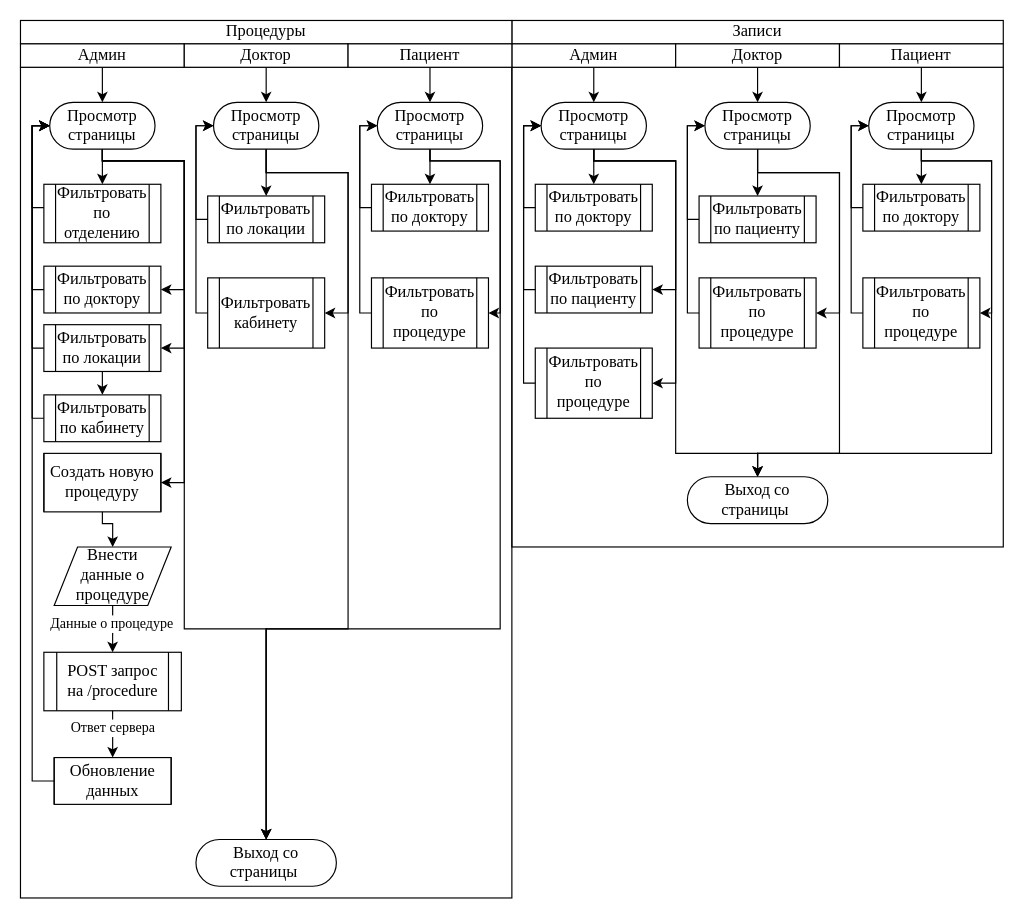
This is procedures and patients.drawio from arturyumaev/Bachelor-Diploma-Docs, a draw.io file, before an edit. Source tidied: cells renumbered, new cells numbered last; positions are measured from the earlier drawing's top-left corner, leaving out a move shared by most shapes. Both pictures are drawn from the tidied source at 117%, with x=0, y=0 at pixel (20, 20).
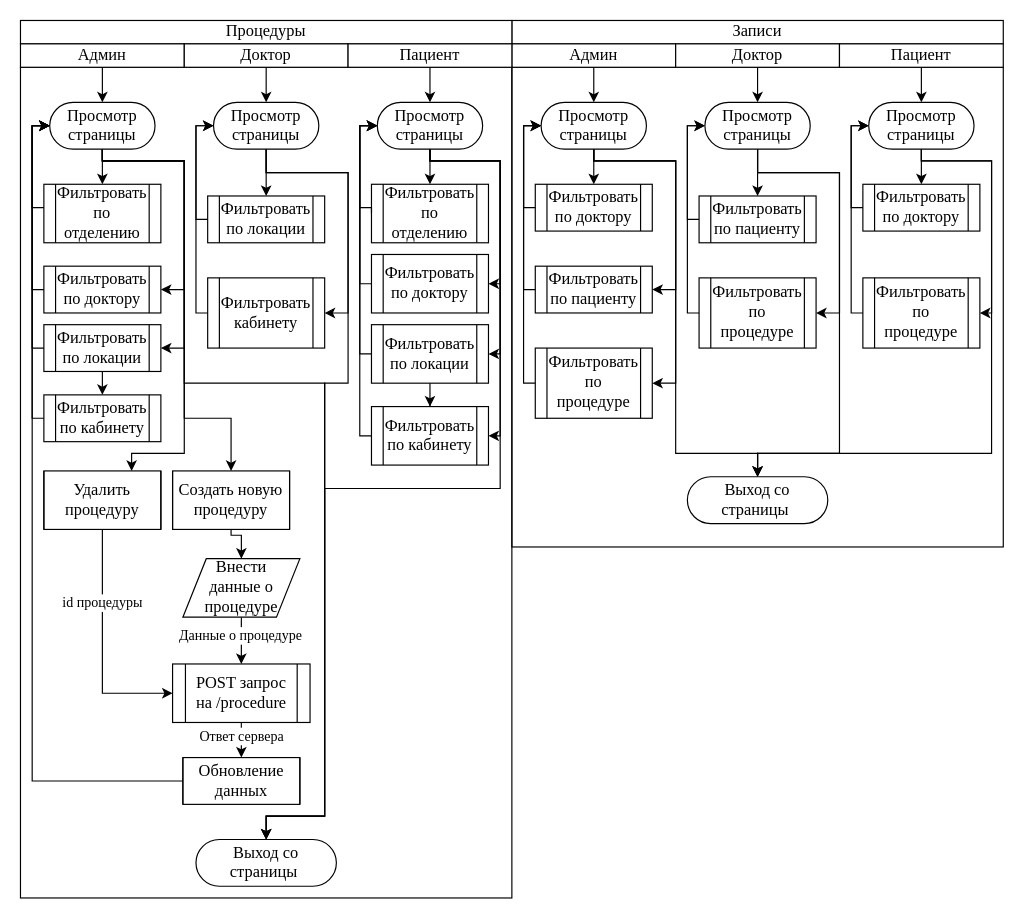
The same page after the edit.

The change refers to these unchanged cells:
```xml
<mxCell id="53" value="&lt;font style=&quot;font-size: 14px&quot; face=&quot;Times New Roman&quot;&gt;Просмотр страницы&lt;/font&gt;" style="rounded=1;whiteSpace=wrap;html=1;fillColor=none;arcSize=50;" parent="1" vertex="1">
  <mxGeometry x="25" y="70" width="90" height="40" as="geometry" />
</mxCell>
<mxCell id="54" value="&lt;font style=&quot;font-size: 14px&quot; face=&quot;Times New Roman&quot;&gt;Выход со страницы&amp;nbsp;&lt;/font&gt;" style="rounded=1;whiteSpace=wrap;html=1;fillColor=none;arcSize=50;" parent="1" vertex="1">
  <mxGeometry x="150" y="700" width="120" height="40" as="geometry" />
</mxCell>
<mxCell id="60" value="&lt;font style=&quot;font-size: 14px&quot; face=&quot;Times New Roman&quot;&gt;Просмотр страницы&lt;/font&gt;" style="rounded=1;whiteSpace=wrap;html=1;fillColor=none;arcSize=50;" parent="1" vertex="1">
  <mxGeometry x="165" y="70" width="90" height="40" as="geometry" />
</mxCell>
<mxCell id="64" value="&lt;font style=&quot;font-size: 14px&quot; face=&quot;Times New Roman&quot;&gt;Просмотр страницы&lt;/font&gt;" style="rounded=1;whiteSpace=wrap;html=1;fillColor=none;arcSize=50;" parent="1" vertex="1">
  <mxGeometry x="305" y="70" width="90" height="40" as="geometry" />
</mxCell>
```

What changed in the source:
```diff
@@
     <mxCell id="51" style="edgeStyle=orthogonalEdgeStyle;rounded=0;jettySize=auto;html=1;exitX=0.5;exitY=1;exitDx=0;exitDy=0;entryX=0.5;entryY=0;entryDx=0;entryDy=0;endArrow=classic;endFill=1;" parent="1" edge="1" source="53" target="54">
       <mxGeometry relative="1" as="geometry">
         <Array as="points">
           <mxPoint x="70" y="120" />
           <mxPoint x="140" y="120" />
-          <mxPoint x="140" y="520" />
-          <mxPoint x="210" y="520" />
+          <mxPoint x="140" y="310" />
+          <mxPoint x="260" y="310" />
+          <mxPoint x="260" y="680" />
+          <mxPoint x="210" y="680" />
         </Array>
       </mxGeometry>
     </mxCell>
-    <mxCell id="52" style="edgeStyle=orthogonalEdgeStyle;rounded=0;jettySize=auto;html=1;entryX=1;entryY=0.5;entryDx=0;entryDy=0;" parent="1" edge="1" source="53" target="81">
+    <mxCell id="52" style="edgeStyle=orthogonalEdgeStyle;rounded=0;jettySize=auto;html=1;entryX=0.5;entryY=0;entryDx=0;entryDy=0;" parent="1" edge="1" source="53" target="81">
       <mxGeometry relative="1" as="geometry">
         <Array as="points">
           <mxPoint x="70" y="120" />
           <mxPoint x="140" y="120" />
-          <mxPoint x="140" y="395" />
+          <mxPoint x="140" y="340" />
+          <mxPoint x="180" y="340" />
         </Array>
       </mxGeometry>
     </mxCell>
+    <mxCell id="90" style="edgeStyle=orthogonalEdgeStyle;rounded=0;jettySize=auto;html=1;exitX=0.5;exitY=1;exitDx=0;exitDy=0;entryX=0.75;entryY=0;entryDx=0;entryDy=0;" parent="1" edge="1" source="53" target="100">
+      <mxGeometry relative="1" as="geometry">
+        <Array as="points">
+          <mxPoint x="70" y="120" />
+          <mxPoint x="140" y="120" />
+          <mxPoint x="140" y="370" />
+          <mxPoint x="95" y="370" />
+        </Array>
+      </mxGeometry>
+    </mxCell>
@@
     <mxCell id="59" style="edgeStyle=orthogonalEdgeStyle;rounded=0;jettySize=auto;html=1;exitX=0.5;exitY=1;exitDx=0;exitDy=0;entryX=0.5;entryY=0;entryDx=0;entryDy=0;endArrow=classic;endFill=1;" parent="1" edge="1" source="60" target="54">
       <mxGeometry relative="1" as="geometry">
         <Array as="points">
           <mxPoint x="210" y="130" />
           <mxPoint x="280" y="130" />
-          <mxPoint x="280" y="520" />
-          <mxPoint x="210" y="520" />
+          <mxPoint x="280" y="310" />
+          <mxPoint x="260" y="310" />
+          <mxPoint x="260" y="680" />
+          <mxPoint x="210" y="680" />
         </Array>
       </mxGeometry>
     </mxCell>
@@
     <mxCell id="62" style="edgeStyle=orthogonalEdgeStyle;rounded=0;jettySize=auto;html=1;exitX=0.5;exitY=1;exitDx=0;exitDy=0;entryX=1;entryY=0.5;entryDx=0;entryDy=0;endArrow=classic;endFill=1;" parent="1" edge="1" source="64" target="77">
       <mxGeometry relative="1" as="geometry">
         <Array as="points">
           <mxPoint x="350" y="120" />
           <mxPoint x="410" y="120" />
-          <mxPoint x="410" y="250" />
+          <mxPoint x="410" y="225" />
         </Array>
       </mxGeometry>
     </mxCell>
     <mxCell id="63" style="edgeStyle=orthogonalEdgeStyle;rounded=0;jettySize=auto;html=1;exitX=0.5;exitY=1;exitDx=0;exitDy=0;entryX=0.5;entryY=0;entryDx=0;entryDy=0;endArrow=classic;endFill=1;" parent="1" edge="1" source="64" target="54">
       <mxGeometry relative="1" as="geometry">
         <Array as="points">
           <mxPoint x="350" y="120" />
           <mxPoint x="410" y="120" />
-          <mxPoint x="410" y="520" />
-          <mxPoint x="210" y="520" />
+          <mxPoint x="410" y="400" />
+          <mxPoint x="260" y="400" />
+          <mxPoint x="260" y="680" />
+          <mxPoint x="210" y="680" />
         </Array>
       </mxGeometry>
     </mxCell>
+    <mxCell id="91" style="edgeStyle=orthogonalEdgeStyle;rounded=0;jettySize=auto;html=1;exitX=0.5;exitY=1;exitDx=0;exitDy=0;entryX=1;entryY=0.5;entryDx=0;entryDy=0;" parent="1" edge="1" source="64" target="95">
+      <mxGeometry relative="1" as="geometry">
+        <Array as="points">
+          <mxPoint x="350" y="120" />
+          <mxPoint x="410" y="120" />
+          <mxPoint x="410" y="285" />
+        </Array>
+      </mxGeometry>
+    </mxCell>
+    <mxCell id="92" style="edgeStyle=orthogonalEdgeStyle;rounded=0;jettySize=auto;html=1;entryX=1;entryY=0.5;entryDx=0;entryDy=0;" parent="1" edge="1" source="64" target="97">
+      <mxGeometry relative="1" as="geometry">
+        <Array as="points">
+          <mxPoint x="350" y="120" />
+          <mxPoint x="410" y="120" />
+          <mxPoint x="410" y="355" />
+        </Array>
+      </mxGeometry>
+    </mxCell>
@@
-    <mxCell id="75" value="&lt;font style=&quot;font-size: 14px&quot; face=&quot;Times New Roman&quot;&gt;Фильтровать по доктору&lt;/font&gt;" style="shape=process;whiteSpace=wrap;html=1;backgroundOutline=1;fillColor=none;" parent="1" vertex="1">
-      <mxGeometry x="300" y="140" width="100" height="40" as="geometry" />
+    <mxCell id="75" value="&lt;font style=&quot;font-size: 14px&quot; face=&quot;Times New Roman&quot;&gt;Фильтровать по отделению&lt;/font&gt;" style="shape=process;whiteSpace=wrap;html=1;backgroundOutline=1;fillColor=none;" parent="1" vertex="1">
+      <mxGeometry x="300" y="140" width="100" height="50" as="geometry" />
     </mxCell>
     <mxCell id="76" style="edgeStyle=orthogonalEdgeStyle;rounded=0;jettySize=auto;html=1;exitX=0;exitY=0.5;exitDx=0;exitDy=0;entryX=0;entryY=0.5;entryDx=0;entryDy=0;endArrow=classic;endFill=1;" parent="1" edge="1" source="77" target="64">
       <mxGeometry relative="1" as="geometry">
         <Array as="points">
-          <mxPoint x="290" y="250" />
+          <mxPoint x="290" y="225" />
           <mxPoint x="290" y="90" />
         </Array>
       </mxGeometry>
     </mxCell>
-    <mxCell id="77" value="&lt;font style=&quot;font-size: 14px&quot; face=&quot;Times New Roman&quot;&gt;Фильтровать по процедуре&lt;/font&gt;" style="shape=process;whiteSpace=wrap;html=1;backgroundOutline=1;fillColor=none;" parent="1" vertex="1">
-      <mxGeometry x="300" y="220" width="100" height="60" as="geometry" />
+    <mxCell id="77" value="&lt;font style=&quot;font-size: 14px&quot; face=&quot;Times New Roman&quot;&gt;Фильтровать по доктору&lt;/font&gt;" style="shape=process;whiteSpace=wrap;html=1;backgroundOutline=1;fillColor=none;" parent="1" vertex="1">
+      <mxGeometry x="300" y="200" width="100" height="50" as="geometry" />
     </mxCell>
@@
-    <mxCell id="80" style="edgeStyle=orthogonalEdgeStyle;rounded=0;jettySize=auto;html=1;entryX=0.5;entryY=0;entryDx=0;entryDy=0;" parent="1" edge="1" source="81" target="84">
+    <mxCell id="80" style="edgeStyle=orthogonalEdgeStyle;rounded=0;jettySize=auto;html=1;entryX=0.5;entryY=0;entryDx=0;entryDy=0;exitX=0.5;exitY=1;exitDx=0;exitDy=0;" parent="1" edge="1" source="81" target="84">
       <mxGeometry relative="1" as="geometry">
         <Array as="points">
-          <mxPoint x="70" y="430" />
-          <mxPoint x="79" y="430" />
+          <mxPoint x="180" y="440" />
+          <mxPoint x="189" y="440" />
         </Array>
       </mxGeometry>
     </mxCell>
     <mxCell id="81" value="&lt;font style=&quot;font-size: 14px&quot; face=&quot;Times New Roman&quot;&gt;Создать новую процедуру&lt;/font&gt;" style="shape=process;whiteSpace=wrap;html=1;backgroundOutline=1;fillColor=none;size=0;" parent="1" vertex="1">
-      <mxGeometry x="20" y="370" width="100" height="50" as="geometry" />
+      <mxGeometry x="130" y="385" width="100" height="50" as="geometry" />
     </mxCell>
@@
     <mxCell id="84" value="&lt;font style=&quot;font-size: 14px&quot; face=&quot;Times New Roman&quot;&gt;Внести&lt;br&gt;данные о процедуре&lt;/font&gt;" style="shape=parallelogram;perimeter=parallelogramPerimeter;whiteSpace=wrap;html=1;fixedSize=1;" parent="1" vertex="1">
-      <mxGeometry x="28.8" y="450" width="100" height="50" as="geometry" />
+      <mxGeometry x="138.8" y="460" width="100" height="50" as="geometry" />
     </mxCell>
@@
     <mxCell id="87" value="&lt;font style=&quot;font-size: 14px&quot; face=&quot;Times New Roman&quot;&gt;POST запрос на /procedure&lt;/font&gt;" style="shape=process;whiteSpace=wrap;html=1;backgroundOutline=1;fillColor=none;size=0.09523809523809523;" parent="1" vertex="1">
-      <mxGeometry x="20" y="540" width="117.5" height="50" as="geometry" />
+      <mxGeometry x="130" y="550" width="117.5" height="50" as="geometry" />
     </mxCell>
@@
     <mxCell id="89" value="&lt;font style=&quot;font-size: 14px&quot; face=&quot;Times New Roman&quot;&gt;Обновление данных&lt;/font&gt;" style="shape=process;whiteSpace=wrap;html=1;backgroundOutline=1;fillColor=none;size=0;" parent="1" vertex="1">
-      <mxGeometry x="28.8" y="630" width="100" height="40" as="geometry" />
+      <mxGeometry x="138.8" y="630" width="100" height="40" as="geometry" />
     </mxCell>
+    <mxCell id="93" style="edgeStyle=orthogonalEdgeStyle;rounded=0;jettySize=auto;html=1;entryX=0.5;entryY=0;entryDx=0;entryDy=0;" parent="1" edge="1" source="95" target="97">
+      <mxGeometry relative="1" as="geometry" />
+    </mxCell>
+    <mxCell id="94" style="edgeStyle=orthogonalEdgeStyle;rounded=0;jettySize=auto;html=1;entryX=0;entryY=0.5;entryDx=0;entryDy=0;" parent="1" edge="1" source="95" target="64">
+      <mxGeometry relative="1" as="geometry">
+        <Array as="points">
+          <mxPoint x="290" y="285" />
+          <mxPoint x="290" y="90" />
+        </Array>
+      </mxGeometry>
+    </mxCell>
+    <mxCell id="95" value="&lt;font style=&quot;font-size: 14px&quot; face=&quot;Times New Roman&quot;&gt;Фильтровать по локации&lt;/font&gt;" style="shape=process;whiteSpace=wrap;html=1;backgroundOutline=1;fillColor=none;" parent="1" vertex="1">
+      <mxGeometry x="300" y="260" width="100" height="50" as="geometry" />
+    </mxCell>
+    <mxCell id="96" style="edgeStyle=orthogonalEdgeStyle;rounded=0;jettySize=auto;html=1;entryX=0;entryY=0.5;entryDx=0;entryDy=0;" parent="1" edge="1" source="97" target="64">
+      <mxGeometry relative="1" as="geometry">
+        <Array as="points">
+          <mxPoint x="290" y="355" />
+          <mxPoint x="290" y="90" />
+        </Array>
+      </mxGeometry>
+    </mxCell>
+    <mxCell id="97" value="&lt;font style=&quot;font-size: 14px&quot; face=&quot;Times New Roman&quot;&gt;Фильтровать по кабинету&lt;/font&gt;" style="shape=process;whiteSpace=wrap;html=1;backgroundOutline=1;fillColor=none;" parent="1" vertex="1">
+      <mxGeometry x="300" y="330" width="100" height="50" as="geometry" />
+    </mxCell>
+    <mxCell id="98" style="edgeStyle=orthogonalEdgeStyle;rounded=0;jettySize=auto;html=1;exitX=0.5;exitY=1;exitDx=0;exitDy=0;entryX=0;entryY=0.5;entryDx=0;entryDy=0;" parent="1" edge="1" source="100" target="87">
+      <mxGeometry relative="1" as="geometry" />
+    </mxCell>
+    <mxCell id="99" value="&lt;font style=&quot;font-size: 12px&quot; face=&quot;Times New Roman&quot;&gt;id процедуры&lt;/font&gt;" style="edgeLabel;html=1;align=center;verticalAlign=middle;" parent="98" vertex="1">
+      <mxGeometry x="-0.38" y="-1" relative="1" as="geometry" />
+    </mxCell>
+    <mxCell id="100" value="&lt;font style=&quot;font-size: 14px&quot; face=&quot;Times New Roman&quot;&gt;Удалить процедуру&lt;/font&gt;" style="shape=process;whiteSpace=wrap;html=1;backgroundOutline=1;fillColor=none;size=0;" parent="1" vertex="1">
+      <mxGeometry x="20" y="385" width="100" height="50" as="geometry" />
+    </mxCell>
```
